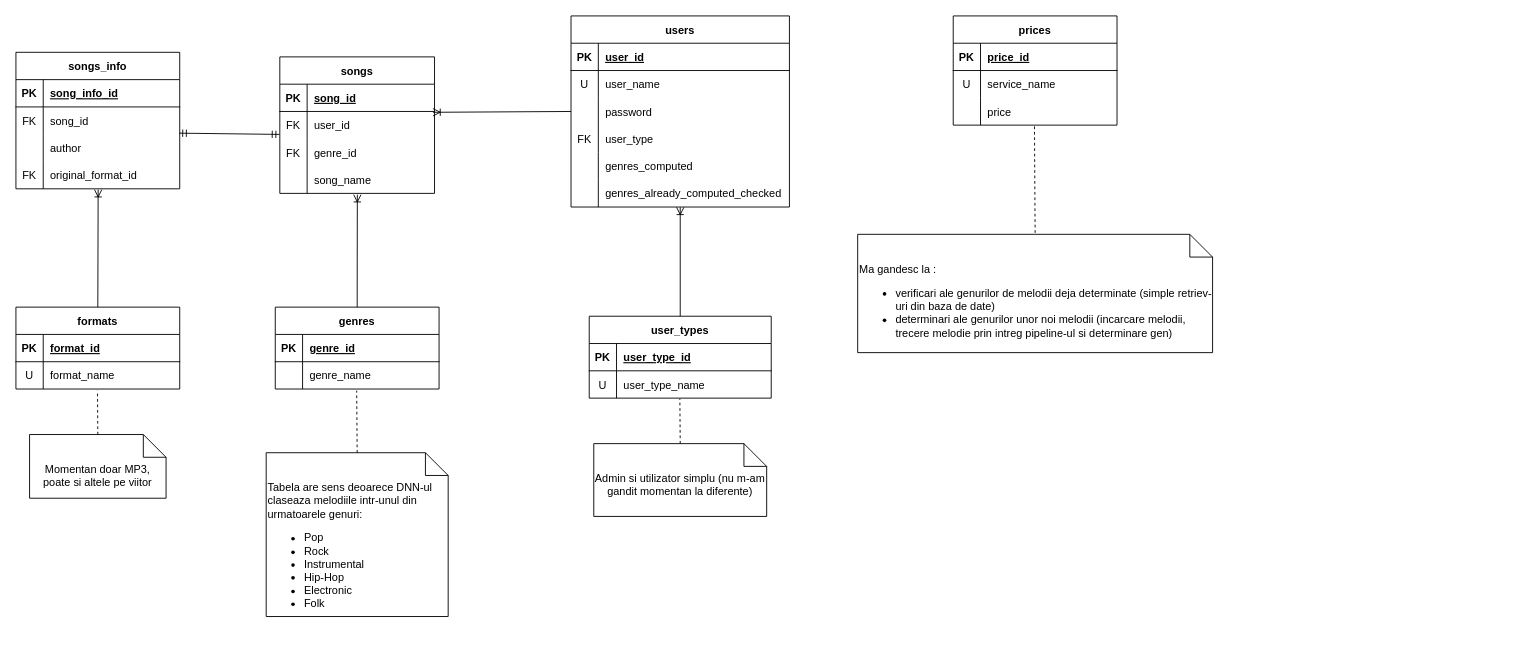
Above: diagrams/Diagrama ER.drawio in PetruBabiuc/MusicGenreComputationMicroservices (draw.io), before the change. Source tidied: cells renumbered, new cells numbered last; positions are measured from the earlier drawing's top-left corner, leaving out a move shared by most shapes. Both pictures are drawn from the tidied source at 91%, with x=0, y=0 at pixel (15, 15).
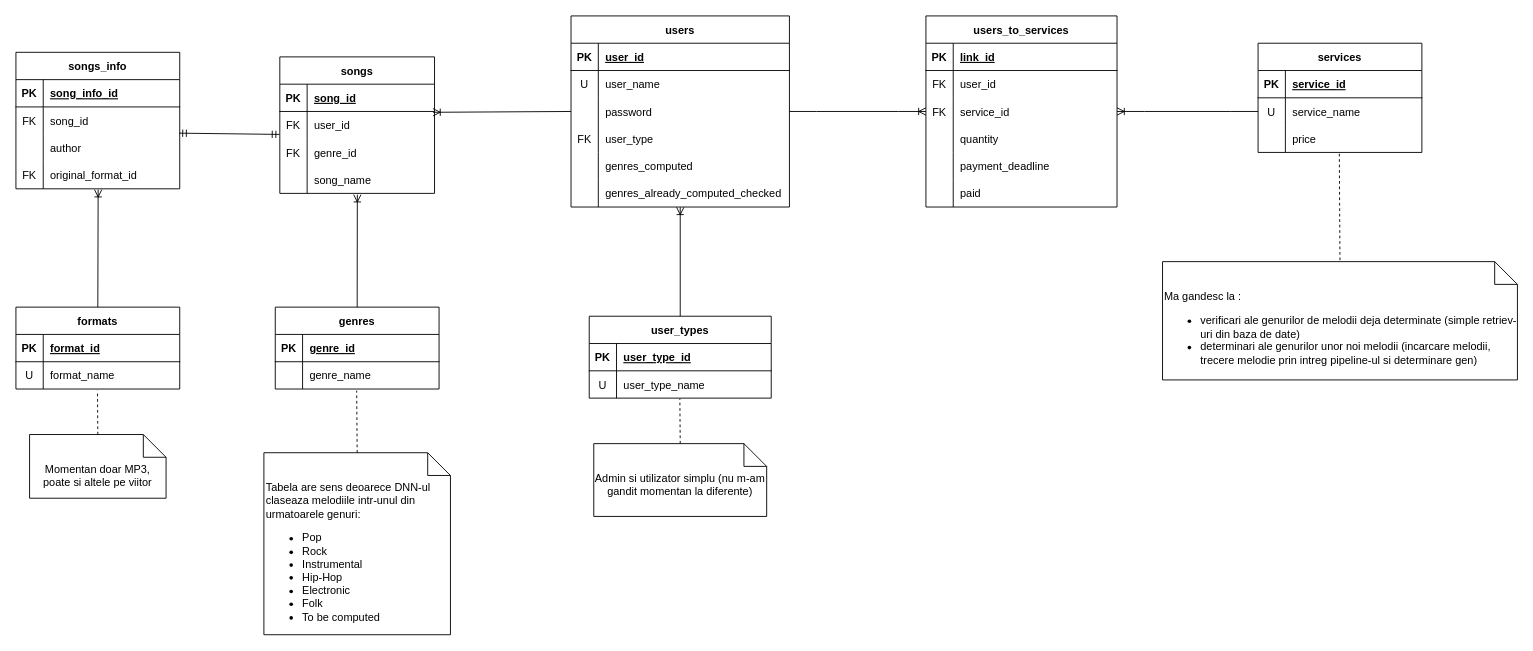
The same diagram, later.

Unchanged cells that the change refers to:
```xml
<mxCell id="9" style="shape=tableRow;horizontal=0;startSize=0;swimlaneHead=0;swimlaneBody=0;fillColor=none;points=[[0,0.5],[1,0.5]];portConstraint=eastwest;top=0;left=0;right=0;bottom=0;" parent="2" vertex="1">
  <mxGeometry y="90" width="240" height="30" as="geometry" />
</mxCell>
<mxCell id="74" style="shape=tableRow;horizontal=0;startSize=0;swimlaneHead=0;swimlaneBody=0;fillColor=none;top=0;left=0;right=0;bottom=1;" parent="73" vertex="1">
  <mxGeometry y="30" width="180" height="30" as="geometry" />
</mxCell>
<mxCell id="77" style="shape=tableRow;horizontal=0;startSize=0;swimlaneHead=0;swimlaneBody=0;fillColor=none;points=[[0,0.5],[1,0.5]];portConstraint=eastwest;top=0;left=0;right=0;bottom=0;" parent="73" vertex="1">
  <mxGeometry y="60" width="180" height="30" as="geometry" />
</mxCell>
```

Change to the diagram source:
```diff
@@
-    <mxCell id="73" value="prices" style="shape=table;startSize=30;childLayout=tableLayout;rowLines=0;fontStyle=1;align=center;" parent="1" vertex="1">
-      <mxGeometry x="1030" width="180" height="120" as="geometry" />
+    <mxCell id="73" value="services" style="shape=table;startSize=30;childLayout=tableLayout;rowLines=0;fontStyle=1;align=center;" parent="1" vertex="1">
+      <mxGeometry x="1365" y="30" width="180" height="120" as="geometry" />
     </mxCell>
@@
-    <mxCell id="76" value="price_id" style="shape=partialRectangle;fillColor=none;top=0;left=0;bottom=0;right=0;align=left;spacingLeft=6;fontStyle=5;overflow=hidden;" parent="74" vertex="1">
+    <mxCell id="76" value="service_id" style="shape=partialRectangle;fillColor=none;top=0;left=0;bottom=0;right=0;align=left;spacingLeft=6;fontStyle=5;overflow=hidden;" parent="74" vertex="1">
       <mxGeometry x="30" width="150" height="30" as="geometry" />
     </mxCell>
@@
     <mxCell id="84" value="Ma gandesc la :&lt;br&gt;&lt;ul&gt;&lt;li&gt;verificari ale genurilor de melodii deja determinate (simple retriev-uri din baza de date)&lt;/li&gt;&lt;li&gt;determinari ale genurilor unor noi melodii (incarcare melodii, trecere melodie prin intreg pipeline-ul si determinare gen)&lt;/li&gt;&lt;/ul&gt;" style="shape=note2;boundedLbl=1;whiteSpace=wrap;html=1;size=25;verticalAlign=top;align=left;" parent="1" vertex="1">
-      <mxGeometry x="925" y="240" width="390" height="130" as="geometry" />
+      <mxGeometry x="1260" y="270" width="390" height="130" as="geometry" />
     </mxCell>
@@
-    <mxCell id="86" value="Tabela are sens deoarece DNN-ul claseaza melodiile intr-unul din urmatoarele genuri:&lt;br&gt;&lt;ul&gt;&lt;li&gt;Pop&lt;/li&gt;&lt;li&gt;Rock&lt;br&gt;&lt;/li&gt;&lt;li&gt;Instrumental&lt;/li&gt;&lt;li&gt;Hip-Hop&lt;/li&gt;&lt;li&gt;Electronic&lt;/li&gt;&lt;li&gt;Folk&lt;/li&gt;&lt;/ul&gt;" style="shape=note2;boundedLbl=1;whiteSpace=wrap;html=1;size=25;verticalAlign=top;align=left;" parent="1" vertex="1">
-      <mxGeometry x="275" y="480" width="200" height="180" as="geometry" />
+    <mxCell id="86" value="Tabela are sens deoarece DNN-ul claseaza melodiile intr-unul din urmatoarele genuri:&lt;br&gt;&lt;ul&gt;&lt;li&gt;Pop&lt;/li&gt;&lt;li&gt;Rock&lt;br&gt;&lt;/li&gt;&lt;li&gt;Instrumental&lt;/li&gt;&lt;li&gt;Hip-Hop&lt;/li&gt;&lt;li&gt;Electronic&lt;/li&gt;&lt;li&gt;Folk&lt;/li&gt;&lt;li&gt;To be computed&lt;/li&gt;&lt;/ul&gt;" style="shape=note2;boundedLbl=1;whiteSpace=wrap;html=1;size=25;verticalAlign=top;align=left;" parent="1" vertex="1">
+      <mxGeometry x="272.5" y="480" width="205" height="200" as="geometry" />
     </mxCell>
@@
+    <mxCell id="91" value="users_to_services" style="shape=table;startSize=30;childLayout=tableLayout;rowLines=0;fontStyle=1;align=center;" parent="1" vertex="1">
+      <mxGeometry x="1000" width="210" height="210" as="geometry" />
+    </mxCell>
+    <mxCell id="92" style="shape=tableRow;horizontal=0;startSize=0;swimlaneHead=0;swimlaneBody=0;fillColor=none;top=0;left=0;right=0;bottom=1;" parent="91" vertex="1">
+      <mxGeometry y="30" width="210" height="30" as="geometry" />
+    </mxCell>
+    <mxCell id="93" value="PK" style="shape=partialRectangle;fillColor=none;top=0;left=0;bottom=0;right=0;fontStyle=1;overflow=hidden;" parent="92" vertex="1">
+      <mxGeometry width="30" height="30" as="geometry" />
+    </mxCell>
+    <mxCell id="94" value="link_id" style="shape=partialRectangle;fillColor=none;top=0;left=0;bottom=0;right=0;align=left;spacingLeft=6;fontStyle=5;overflow=hidden;" parent="92" vertex="1">
+      <mxGeometry x="30" width="180" height="30" as="geometry" />
+    </mxCell>
+    <mxCell id="95" style="shape=tableRow;horizontal=0;startSize=0;swimlaneHead=0;swimlaneBody=0;fillColor=none;top=0;left=0;right=0;bottom=0;" parent="91" vertex="1">
+      <mxGeometry y="60" width="210" height="30" as="geometry" />
+    </mxCell>
+    <mxCell id="96" value="FK" style="shape=partialRectangle;fillColor=none;top=0;left=0;bottom=0;right=0;overflow=hidden;" parent="95" vertex="1">
+      <mxGeometry width="30" height="30" as="geometry" />
+    </mxCell>
+    <mxCell id="97" value="user_id" style="shape=partialRectangle;fillColor=none;top=0;left=0;bottom=0;right=0;align=left;spacingLeft=6;overflow=hidden;" parent="95" vertex="1">
+      <mxGeometry x="30" width="180" height="30" as="geometry" />
+    </mxCell>
+    <mxCell id="98" style="shape=tableRow;horizontal=0;startSize=0;swimlaneHead=0;swimlaneBody=0;fillColor=none;points=[[0,0.5],[1,0.5]];portConstraint=eastwest;top=0;left=0;right=0;bottom=0;" parent="91" vertex="1">
+      <mxGeometry y="90" width="210" height="30" as="geometry" />
+    </mxCell>
+    <mxCell id="99" value="FK" style="shape=partialRectangle;fillColor=none;top=0;left=0;bottom=0;right=0;overflow=hidden;" parent="98" vertex="1">
+      <mxGeometry width="30" height="30" as="geometry" />
+    </mxCell>
+    <mxCell id="100" value="service_id" style="shape=partialRectangle;fillColor=none;top=0;left=0;bottom=0;right=0;align=left;spacingLeft=6;overflow=hidden;" parent="98" vertex="1">
+      <mxGeometry x="30" width="180" height="30" as="geometry" />
+    </mxCell>
+    <mxCell id="101" style="shape=tableRow;horizontal=0;startSize=0;swimlaneHead=0;swimlaneBody=0;fillColor=none;top=0;left=0;right=0;bottom=0;" parent="91" vertex="1">
+      <mxGeometry y="120" width="210" height="30" as="geometry" />
+    </mxCell>
+    <mxCell id="102" style="shape=partialRectangle;fillColor=none;top=0;left=0;bottom=0;right=0;fontStyle=0;overflow=hidden;" parent="101" vertex="1">
+      <mxGeometry width="30" height="30" as="geometry" />
+    </mxCell>
+    <mxCell id="103" value="quantity" style="shape=partialRectangle;fillColor=none;top=0;left=0;bottom=0;right=0;align=left;spacingLeft=6;fontStyle=0;overflow=hidden;" parent="101" vertex="1">
+      <mxGeometry x="30" width="180" height="30" as="geometry" />
+    </mxCell>
+    <mxCell id="104" style="shape=tableRow;horizontal=0;startSize=0;swimlaneHead=0;swimlaneBody=0;fillColor=none;top=0;left=0;right=0;bottom=0;" parent="91" vertex="1">
+      <mxGeometry y="150" width="210" height="30" as="geometry" />
+    </mxCell>
+    <mxCell id="105" style="shape=partialRectangle;fillColor=none;top=0;left=0;bottom=0;right=0;fontStyle=0;overflow=hidden;" parent="104" vertex="1">
+      <mxGeometry width="30" height="30" as="geometry" />
+    </mxCell>
+    <mxCell id="106" value="payment_deadline" style="shape=partialRectangle;fillColor=none;top=0;left=0;bottom=0;right=0;align=left;spacingLeft=6;fontStyle=0;overflow=hidden;" parent="104" vertex="1">
+      <mxGeometry x="30" width="180" height="30" as="geometry" />
+    </mxCell>
+    <mxCell id="107" style="shape=tableRow;horizontal=0;startSize=0;swimlaneHead=0;swimlaneBody=0;fillColor=none;top=0;left=0;right=0;bottom=0;" parent="91" vertex="1">
+      <mxGeometry y="180" width="210" height="30" as="geometry" />
+    </mxCell>
+    <mxCell id="108" style="shape=partialRectangle;fillColor=none;top=0;left=0;bottom=0;right=0;fontStyle=0;overflow=hidden;" parent="107" vertex="1">
+      <mxGeometry width="30" height="30" as="geometry" />
+    </mxCell>
+    <mxCell id="109" value="paid" style="shape=partialRectangle;fillColor=none;top=0;left=0;bottom=0;right=0;align=left;spacingLeft=6;fontStyle=0;overflow=hidden;" parent="107" vertex="1">
+      <mxGeometry x="30" width="180" height="30" as="geometry" />
+    </mxCell>
+    <mxCell id="110" style="edgeStyle=entityRelationEdgeStyle;fontSize=12;html=1;endArrow=ERoneToMany;rounded=0;exitX=1;exitY=0.5;exitDx=0;exitDy=0;entryX=0;entryY=0.5;entryDx=0;entryDy=0;" parent="1" edge="1" source="9" target="98">
+      <mxGeometry relative="1" as="geometry" />
+    </mxCell>
+    <mxCell id="111" style="edgeStyle=entityRelationEdgeStyle;fontSize=12;html=1;endArrow=ERoneToMany;rounded=0;exitX=0;exitY=0.5;exitDx=0;exitDy=0;entryX=1;entryY=0.5;entryDx=0;entryDy=0;" parent="1" edge="1" source="77" target="98">
+      <mxGeometry relative="1" as="geometry" />
+    </mxCell>
```
